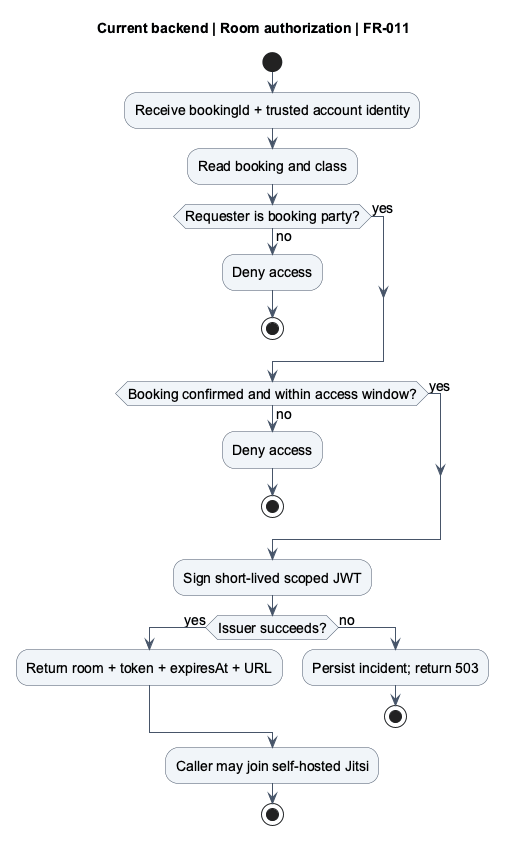
This is docs/diagrams/checkpoint/generated/activity-room.png from trankien022/SkillSwap, a PlantUML export, as it was before one commit. Its diagram source:
```plantuml
@startuml
title Current backend | Room authorization | FR-011
skinparam backgroundColor #FFFFFF
skinparam shadowing false
skinparam defaultFontName Arial
skinparam defaultFontSize 14
skinparam ArrowColor #475569
skinparam sequenceParticipantBackgroundColor #F1F5F9
skinparam sequenceParticipantBorderColor #475569
skinparam activityBackgroundColor #F1F5F9
skinparam activityBorderColor #475569
skinparam stateBackgroundColor #F1F5F9
skinparam stateBorderColor #475569
start
:Receive bookingId + trusted account identity;
:Read booking and class;
if (Requester is booking party?) then (yes)
else (no)
 :Deny access;
 stop
endif
if (Booking confirmed and within access window?) then (yes)
else (no)
 :Deny access;
 stop
endif
:Sign short-lived scoped JWT;
if (Issuer succeeds?) then (yes)
 :Return room + token + expiresAt + URL;
else (no)
 :Persist incident; return 503;
 stop
endif
:Caller may join self-hosted Jitsi;
stop
@enduml
```
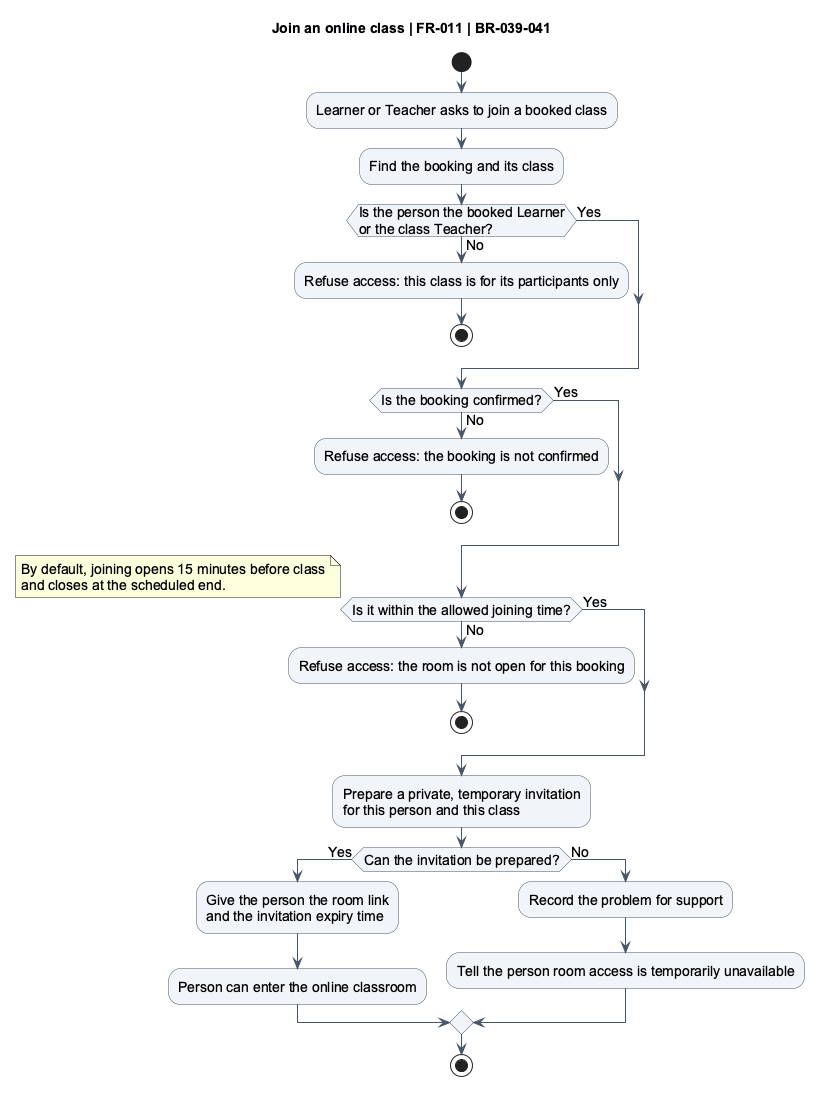
Above is the later version.

The edit, as a diff of the source:
```diff
@@ -1,36 +1,45 @@
 @startuml
-title Current backend | Room authorization | FR-011
+title Join an online class | FR-011 | BR-039-041
 skinparam backgroundColor #FFFFFF
 skinparam shadowing false
 skinparam defaultFontName Arial
 skinparam defaultFontSize 14
 skinparam ArrowColor #475569
+skinparam activityBackgroundColor #F1F5F9
+skinparam activityBorderColor #475569
 skinparam sequenceParticipantBackgroundColor #F1F5F9
 skinparam sequenceParticipantBorderColor #475569
-skinparam activityBackgroundColor #F1F5F9
-skinparam activityBorderColor #475569
 skinparam stateBackgroundColor #F1F5F9
 skinparam stateBorderColor #475569
 start
-:Receive bookingId + trusted account identity;
-:Read booking and class;
-if (Requester is booking party?) then (yes)
-else (no)
- :Deny access;
+:Learner or Teacher asks to join a booked class;
+:Find the booking and its class;
+if (Is the person the booked Learner\nor the class Teacher?) then (Yes)
+else (No)
+ :Refuse access: this class is for its participants only;
  stop
 endif
-if (Booking confirmed and within access window?) then (yes)
-else (no)
- :Deny access;
+if (Is the booking confirmed?) then (Yes)
+else (No)
+ :Refuse access: the booking is not confirmed;
  stop
 endif
-:Sign short-lived scoped JWT;
-if (Issuer succeeds?) then (yes)
- :Return room + token + expiresAt + URL;
-else (no)
- :Persist incident; return 503;
+if (Is it within the allowed joining time?) then (Yes)
+else (No)
+ :Refuse access: the room is not open for this booking;
  stop
 endif
-:Caller may join self-hosted Jitsi;
+note right
+ By default, joining opens 15 minutes before class
+ and closes at the scheduled end.
+end note
+:Prepare a private, temporary invitation\nfor this person and this class;
+if (Can the invitation be prepared?) then (Yes)
+ :Give the person the room link\nand the invitation expiry time;
+ :Person can enter the online classroom;
+else (No)
+ :Record the problem for support;
+ :Tell the person room access is temporarily unavailable;
+endif
 stop
 @enduml
```
